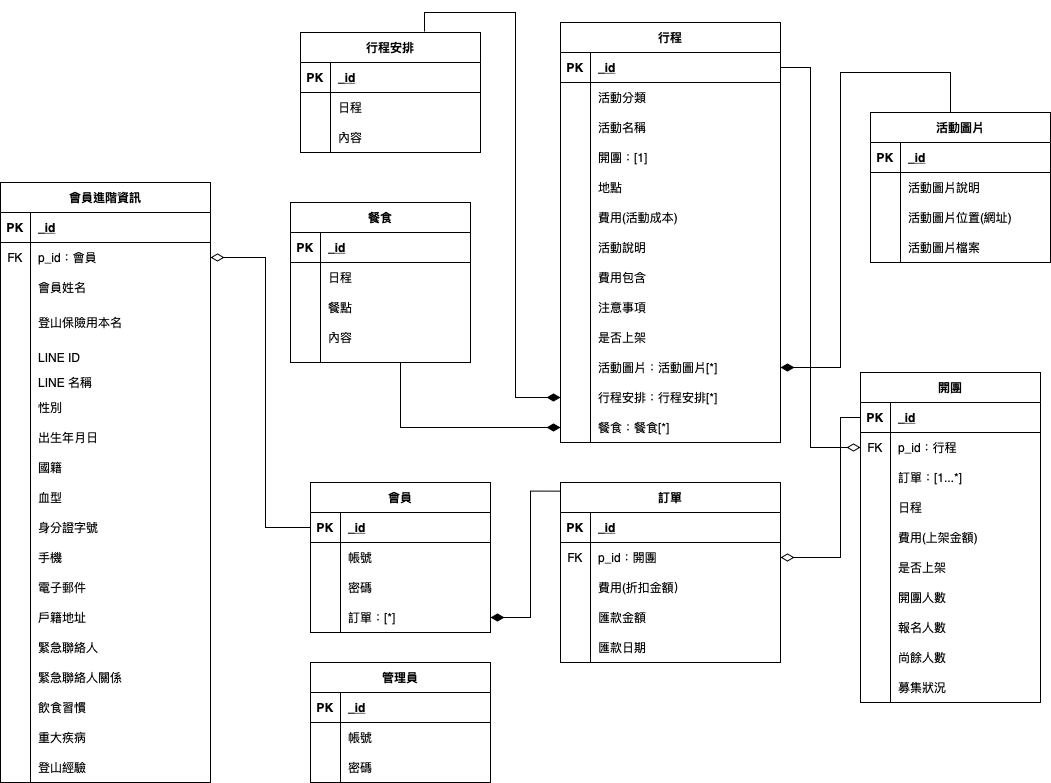
The draw.io diagram Untitled Diagram.png in Yizi-Yeh/MT-Databaseplanning, before a commit. Source tidied: cells renumbered, new cells last; positions are measured from the earlier drawing's top-left corner, leaving out a move shared by most shapes.
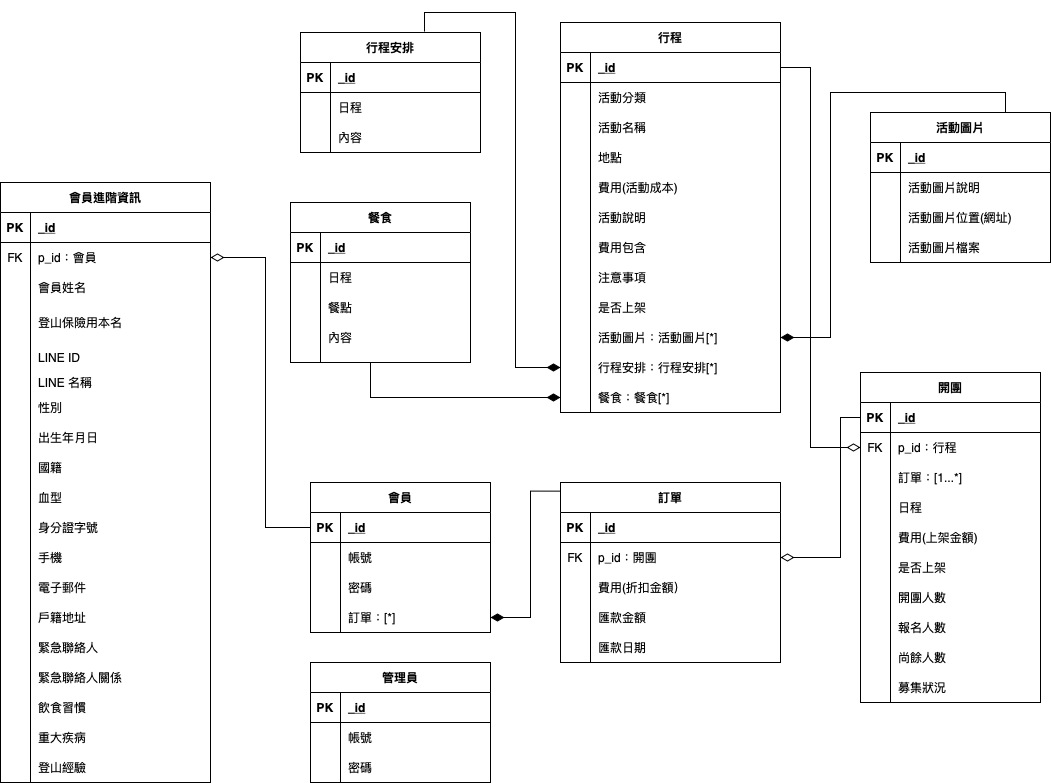
The same diagram one commit later.

Change to the diagram source:
```diff
@@ -3,7 +3,7 @@
     <mxCell id="0" />
     <mxCell id="1" parent="0" />
     <mxCell id="2" value="行程" style="shape=table;startSize=30;rowLines=0;fontStyle=1;align=center;" parent="1" vertex="1">
-      <mxGeometry x="560" width="220" height="420" as="geometry" />
+      <mxGeometry x="560" width="220" height="390" as="geometry" />
     </mxCell>
     <mxCell id="3" style="shape=partialRectangle;fillColor=none;top=0;left=0;bottom=1;right=0;points=[[0,0.5],[1,0.5]];portConstraint=eastwest;" parent="2" vertex="1">
       <mxGeometry y="30" width="220" height="30" as="geometry" />
@@ -32,17 +32,8 @@
     <mxCell id="11" value="活動名稱" style="shape=partialRectangle;fillColor=none;top=0;left=0;bottom=0;right=0;align=left;spacingLeft=6;overflow=hidden;" parent="9" vertex="1">
       <mxGeometry x="30" width="190" height="30" as="geometry" />
     </mxCell>
-    <mxCell id="12" style="shape=partialRectangle;fillColor=none;top=0;left=0;bottom=0;right=0;" parent="2" vertex="1">
-      <mxGeometry y="120" width="220" height="30" as="geometry" />
-    </mxCell>
-    <mxCell id="13" style="shape=partialRectangle;fillColor=none;top=0;left=0;bottom=0;right=0;overflow=hidden;" parent="12" vertex="1">
-      <mxGeometry width="30" height="30" as="geometry" />
-    </mxCell>
-    <mxCell id="14" value="開團：[1]" style="shape=partialRectangle;fillColor=none;top=0;left=0;bottom=0;right=0;align=left;spacingLeft=6;overflow=hidden;" parent="12" vertex="1">
-      <mxGeometry x="30" width="190" height="30" as="geometry" />
-    </mxCell>
     <mxCell id="15" style="shape=partialRectangle;fillColor=none;top=0;left=0;bottom=0;right=0;" parent="2" vertex="1">
-      <mxGeometry y="150" width="220" height="30" as="geometry" />
+      <mxGeometry y="120" width="220" height="30" as="geometry" />
     </mxCell>
     <mxCell id="16" style="shape=partialRectangle;fillColor=none;top=0;left=0;bottom=0;right=0;overflow=hidden;" parent="15" vertex="1">
       <mxGeometry width="30" height="30" as="geometry" />
@@ -51,7 +42,7 @@
       <mxGeometry x="30" width="190" height="30" as="geometry" />
     </mxCell>
     <mxCell id="18" style="shape=partialRectangle;fillColor=none;top=0;left=0;bottom=0;right=0;" parent="2" vertex="1">
-      <mxGeometry y="180" width="220" height="30" as="geometry" />
+      <mxGeometry y="150" width="220" height="30" as="geometry" />
     </mxCell>
     <mxCell id="19" style="shape=partialRectangle;fillColor=none;top=0;left=0;bottom=0;right=0;overflow=hidden;" parent="18" vertex="1">
       <mxGeometry width="30" height="30" as="geometry" />
@@ -60,7 +51,7 @@
       <mxGeometry x="30" width="190" height="30" as="geometry" />
     </mxCell>
     <mxCell id="21" style="shape=partialRectangle;fillColor=none;top=0;left=0;bottom=0;right=0;" parent="2" vertex="1">
-      <mxGeometry y="210" width="220" height="30" as="geometry" />
+      <mxGeometry y="180" width="220" height="30" as="geometry" />
     </mxCell>
     <mxCell id="22" style="shape=partialRectangle;fillColor=none;top=0;left=0;bottom=0;right=0;overflow=hidden;" parent="21" vertex="1">
       <mxGeometry width="30" height="30" as="geometry" />
@@ -69,7 +60,7 @@
       <mxGeometry x="30" width="190" height="30" as="geometry" />
     </mxCell>
     <mxCell id="24" style="shape=partialRectangle;fillColor=none;top=0;left=0;bottom=0;right=0;" parent="2" vertex="1">
-      <mxGeometry y="240" width="220" height="30" as="geometry" />
+      <mxGeometry y="210" width="220" height="30" as="geometry" />
     </mxCell>
     <mxCell id="25" style="shape=partialRectangle;fillColor=none;top=0;left=0;bottom=0;right=0;overflow=hidden;" parent="24" vertex="1">
       <mxGeometry width="30" height="30" as="geometry" />
@@ -78,7 +69,7 @@
       <mxGeometry x="30" width="190" height="30" as="geometry" />
     </mxCell>
     <mxCell id="27" style="shape=partialRectangle;fillColor=none;top=0;left=0;bottom=0;right=0;" parent="2" vertex="1">
-      <mxGeometry y="270" width="220" height="30" as="geometry" />
+      <mxGeometry y="240" width="220" height="30" as="geometry" />
     </mxCell>
     <mxCell id="28" style="shape=partialRectangle;fillColor=none;top=0;left=0;bottom=0;right=0;overflow=hidden;" parent="27" vertex="1">
       <mxGeometry width="30" height="30" as="geometry" />
@@ -87,7 +78,7 @@
       <mxGeometry x="30" width="190" height="30" as="geometry" />
     </mxCell>
     <mxCell id="30" style="shape=partialRectangle;fillColor=none;top=0;left=0;bottom=0;right=0;" parent="2" vertex="1">
-      <mxGeometry y="300" width="220" height="30" as="geometry" />
+      <mxGeometry y="270" width="220" height="30" as="geometry" />
     </mxCell>
     <mxCell id="31" style="shape=partialRectangle;fillColor=none;top=0;left=0;bottom=0;right=0;overflow=hidden;" parent="30" vertex="1">
       <mxGeometry width="30" height="30" as="geometry" />
@@ -96,7 +87,7 @@
       <mxGeometry x="30" width="190" height="30" as="geometry" />
     </mxCell>
     <mxCell id="33" style="shape=partialRectangle;fillColor=none;top=0;left=0;bottom=0;right=0;points=[[0,0.5],[1,0.5]];portConstraint=eastwest;" parent="2" vertex="1">
-      <mxGeometry y="330" width="220" height="30" as="geometry" />
+      <mxGeometry y="300" width="220" height="30" as="geometry" />
     </mxCell>
     <mxCell id="34" style="shape=partialRectangle;fillColor=none;top=0;left=0;bottom=0;right=0;overflow=hidden;" parent="33" vertex="1">
       <mxGeometry width="30" height="30" as="geometry" />
@@ -105,7 +96,7 @@
       <mxGeometry x="30" width="190" height="30" as="geometry" />
     </mxCell>
     <mxCell id="36" style="shape=partialRectangle;fillColor=none;top=0;left=0;bottom=0;right=0;points=[[0,0.5],[1,0.5]];portConstraint=eastwest;" parent="2" vertex="1">
-      <mxGeometry y="360" width="220" height="30" as="geometry" />
+      <mxGeometry y="330" width="220" height="30" as="geometry" />
     </mxCell>
     <mxCell id="37" style="shape=partialRectangle;fillColor=none;top=0;left=0;bottom=0;right=0;overflow=hidden;" parent="36" vertex="1">
       <mxGeometry width="30" height="30" as="geometry" />
@@ -114,7 +105,7 @@
       <mxGeometry x="30" width="190" height="30" as="geometry" />
     </mxCell>
     <mxCell id="39" style="shape=partialRectangle;fillColor=none;top=0;left=0;bottom=0;right=0;points=[[0,0.5],[1,0.5]];portConstraint=eastwest;" parent="2" vertex="1">
-      <mxGeometry y="390" width="220" height="30" as="geometry" />
+      <mxGeometry y="360" width="220" height="30" as="geometry" />
     </mxCell>
     <mxCell id="40" style="shape=partialRectangle;fillColor=none;top=0;left=0;bottom=0;right=0;overflow=hidden;" parent="39" vertex="1">
       <mxGeometry width="30" height="30" as="geometry" />
@@ -636,25 +627,16 @@
     <mxCell id="209" style="edgeStyle=orthogonalEdgeStyle;rounded=0;jumpSize=14;jettySize=auto;html=1;entryX=0;entryY=0.048;entryDx=0;entryDy=0;entryPerimeter=0;startArrow=diamondThin;startFill=1;startSize=11;sourcePerimeterSpacing=9;endArrow=none;endFill=0;endSize=11;targetPerimeterSpacing=13;strokeWidth=1;exitX=1;exitY=0.5;exitDx=0;exitDy=0;" parent="1" edge="1" source="119" target="122">
       <mxGeometry relative="1" as="geometry" />
     </mxCell>
+    <mxCell id="211" style="edgeStyle=orthogonalEdgeStyle;rounded=0;jumpSize=14;jettySize=auto;html=1;entryX=0.689;entryY=-0.008;entryDx=0;entryDy=0;entryPerimeter=0;startArrow=diamondThin;startFill=1;startSize=11;sourcePerimeterSpacing=9;endArrow=none;endFill=0;endSize=11;targetPerimeterSpacing=13;strokeWidth=1;exitX=0;exitY=0.5;exitDx=0;exitDy=0;" parent="1" edge="1" source="36" target="73">
+      <mxGeometry relative="1" as="geometry" />
+    </mxCell>
+    <mxCell id="213" style="edgeStyle=orthogonalEdgeStyle;rounded=0;jumpSize=14;jettySize=auto;html=1;startArrow=diamondThin;startFill=1;startSize=11;sourcePerimeterSpacing=9;endArrow=none;endFill=0;endSize=11;targetPerimeterSpacing=13;strokeWidth=1;exitX=0;exitY=0.5;exitDx=0;exitDy=0;" parent="1" edge="1" source="39">
+      <mxGeometry relative="1" as="geometry">
+        <mxPoint x="370" y="340" as="targetPoint" />
+      </mxGeometry>
+    </mxCell>
-    <mxCell id="210" style="edgeStyle=orthogonalEdgeStyle;rounded=0;jumpSize=14;jettySize=auto;html=1;entryX=0.5;entryY=0;entryDx=0;entryDy=0;startArrow=diamondThin;startFill=1;startSize=11;sourcePerimeterSpacing=9;endArrow=none;endFill=0;endSize=11;targetPerimeterSpacing=13;strokeWidth=1;exitX=1;exitY=0.5;exitDx=0;exitDy=0;" parent="1" edge="1" source="33" target="96">
-      <mxGeometry relative="1" as="geometry">
-        <Array as="points">
-          <mxPoint x="840" y="345" />
-          <mxPoint x="840" y="50" />
-          <mxPoint x="950" y="50" />
-        </Array>
-      </mxGeometry>
+    <mxCell id="210" style="edgeStyle=orthogonalEdgeStyle;rounded=0;jumpSize=14;jettySize=auto;html=1;entryX=0.75;entryY=0;entryDx=0;entryDy=0;startArrow=diamondThin;startFill=1;startSize=11;sourcePerimeterSpacing=9;endArrow=none;endFill=0;endSize=11;targetPerimeterSpacing=13;strokeWidth=1;exitX=1;exitY=0.5;exitDx=0;exitDy=0;" parent="1" edge="1" source="33" target="96">
+      <mxGeometry relative="1" as="geometry" />
     </mxCell>
-    <mxCell id="211" style="edgeStyle=orthogonalEdgeStyle;rounded=0;jumpSize=14;jettySize=auto;html=1;entryX=0.689;entryY=-0.008;entryDx=0;entryDy=0;entryPerimeter=0;startArrow=diamondThin;startFill=1;startSize=11;sourcePerimeterSpacing=9;endArrow=none;endFill=0;endSize=11;targetPerimeterSpacing=13;strokeWidth=1;exitX=0;exitY=0.5;exitDx=0;exitDy=0;" parent="1" edge="1" source="36" target="73">
-      <mxGeometry relative="1" as="geometry" />
-    </mxCell>
-    <mxCell id="212" style="edgeStyle=orthogonalEdgeStyle;rounded=0;jumpSize=14;jettySize=auto;html=1;exitX=0;exitY=0.5;exitDx=0;exitDy=0;startArrow=diamondThin;startFill=1;startSize=11;sourcePerimeterSpacing=9;endArrow=none;endFill=0;endSize=11;targetPerimeterSpacing=13;strokeWidth=1;" parent="1" edge="1" source="39">
-      <mxGeometry relative="1" as="geometry">
-        <mxPoint x="400" y="340" as="targetPoint" />
-        <Array as="points">
-          <mxPoint x="400" y="405" />
-        </Array>
-      </mxGeometry>
-    </mxCell>
   </root>
 </mxGraphModel>
```
